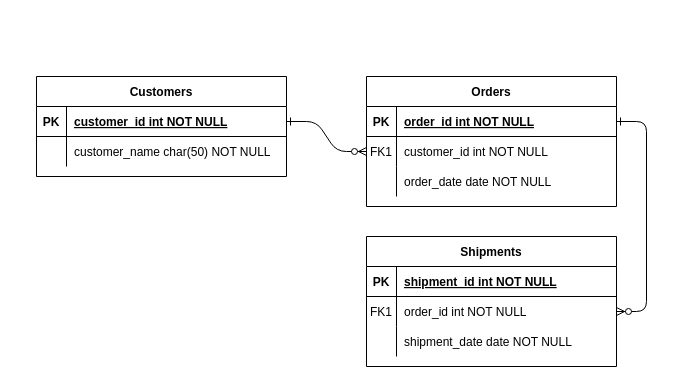
This is 名称未設定ファイル.drawio from ryohei-iwamoto/FLATTO_v2, a draw.io file, before an edit. Source tidied: cells renumbered, new cells numbered last; positions are measured from the earlier drawing's top-left corner, leaving out a move shared by most shapes. Both pictures are drawn from the tidied source at 100%, with x=0, y=0 at pixel (36, 76).
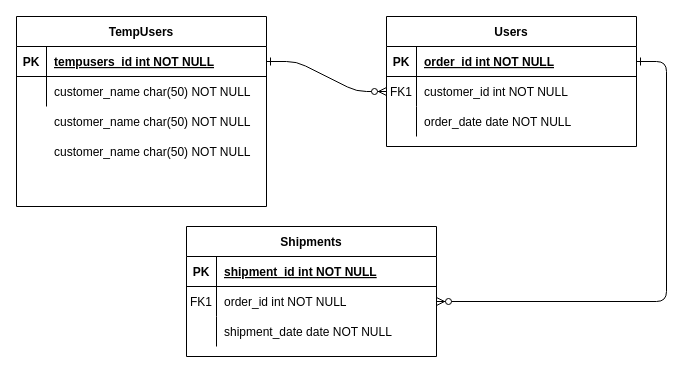
The same diagram, later.

Commit message:
名称未設定ファイル.drawio を更新します

Unchanged cells that the change refers to:
```xml
<mxCell id="25" style="shape=partialRectangle;fillColor=none;points=[[0,0.5],[1,0.5]];portConstraint=eastwest;top=0;left=0;right=0;bottom=1;" parent="24" vertex="1">
  <mxGeometry y="30" width="250" height="30" as="geometry" />
</mxCell>
```

The edit, as a diff of the source:
```diff
@@
-    <mxCell id="4" value="Orders" style="shape=table;startSize=30;childLayout=tableLayout;rowLines=0;fontStyle=1;align=center;" parent="1" vertex="1">
-      <mxGeometry x="330" width="250" height="130" as="geometry" />
+    <mxCell id="4" value="Users" style="shape=table;startSize=30;childLayout=tableLayout;rowLines=0;fontStyle=1;align=center;" parent="1" vertex="1">
+      <mxGeometry x="350" y="-60" width="250" height="130" as="geometry" />
     </mxCell>
@@
     <mxCell id="14" value="Shipments" style="shape=table;startSize=30;childLayout=tableLayout;rowLines=0;fontStyle=1;align=center;" parent="1" vertex="1">
-      <mxGeometry x="330" y="160" width="250" height="130" as="geometry" />
+      <mxGeometry x="150" y="150" width="250" height="130" as="geometry" />
     </mxCell>
@@
-    <mxCell id="24" value="Customers" style="shape=table;startSize=30;childLayout=tableLayout;rowLines=0;fontStyle=1;align=center;" parent="1" vertex="1">
-      <mxGeometry width="250" height="100" as="geometry" />
+    <mxCell id="24" value="TempUsers" style="shape=table;startSize=30;childLayout=tableLayout;rowLines=0;fontStyle=1;align=center;" parent="1" vertex="1">
+      <mxGeometry x="-20" y="-60" width="250" height="190" as="geometry" />
     </mxCell>
@@
-    <mxCell id="27" value="customer_id int NOT NULL " style="shape=partialRectangle;overflow=hidden;fillColor=none;top=0;left=0;bottom=0;right=0;align=left;spacingLeft=6;fontStyle=5;" parent="25" vertex="1">
+    <mxCell id="27" value="tempusers_id int NOT NULL " style="shape=partialRectangle;overflow=hidden;fillColor=none;top=0;left=0;bottom=0;right=0;align=left;spacingLeft=6;fontStyle=5;" parent="25" vertex="1">
       <mxGeometry x="30" width="220" height="30" as="geometry" />
     </mxCell>
@@
+    <mxCell id="31" style="shape=partialRectangle;overflow=hidden;fillColor=none;top=0;left=0;bottom=0;right=0;" parent="1" vertex="1">
+      <mxGeometry x="-20" y="30" width="30" height="30" as="geometry" />
+    </mxCell>
+    <mxCell id="32" value="customer_name char(50) NOT NULL" style="shape=partialRectangle;overflow=hidden;fillColor=none;top=0;left=0;bottom=0;right=0;align=left;spacingLeft=6;fillStyle=solid;strokeWidth=2;" parent="1" vertex="1">
+      <mxGeometry x="10" y="30" width="220" height="30" as="geometry" />
+    </mxCell>
+    <mxCell id="33" style="shape=partialRectangle;overflow=hidden;fillColor=none;top=0;left=0;bottom=0;right=0;" parent="1" vertex="1">
+      <mxGeometry x="-20" y="60" width="30" height="30" as="geometry" />
+    </mxCell>
+    <mxCell id="34" value="customer_name char(50) NOT NULL" style="shape=partialRectangle;overflow=hidden;fillColor=none;top=0;left=0;bottom=0;right=0;align=left;spacingLeft=6;" parent="1" vertex="1">
+      <mxGeometry x="10" y="60" width="220" height="30" as="geometry" />
+    </mxCell>
```
